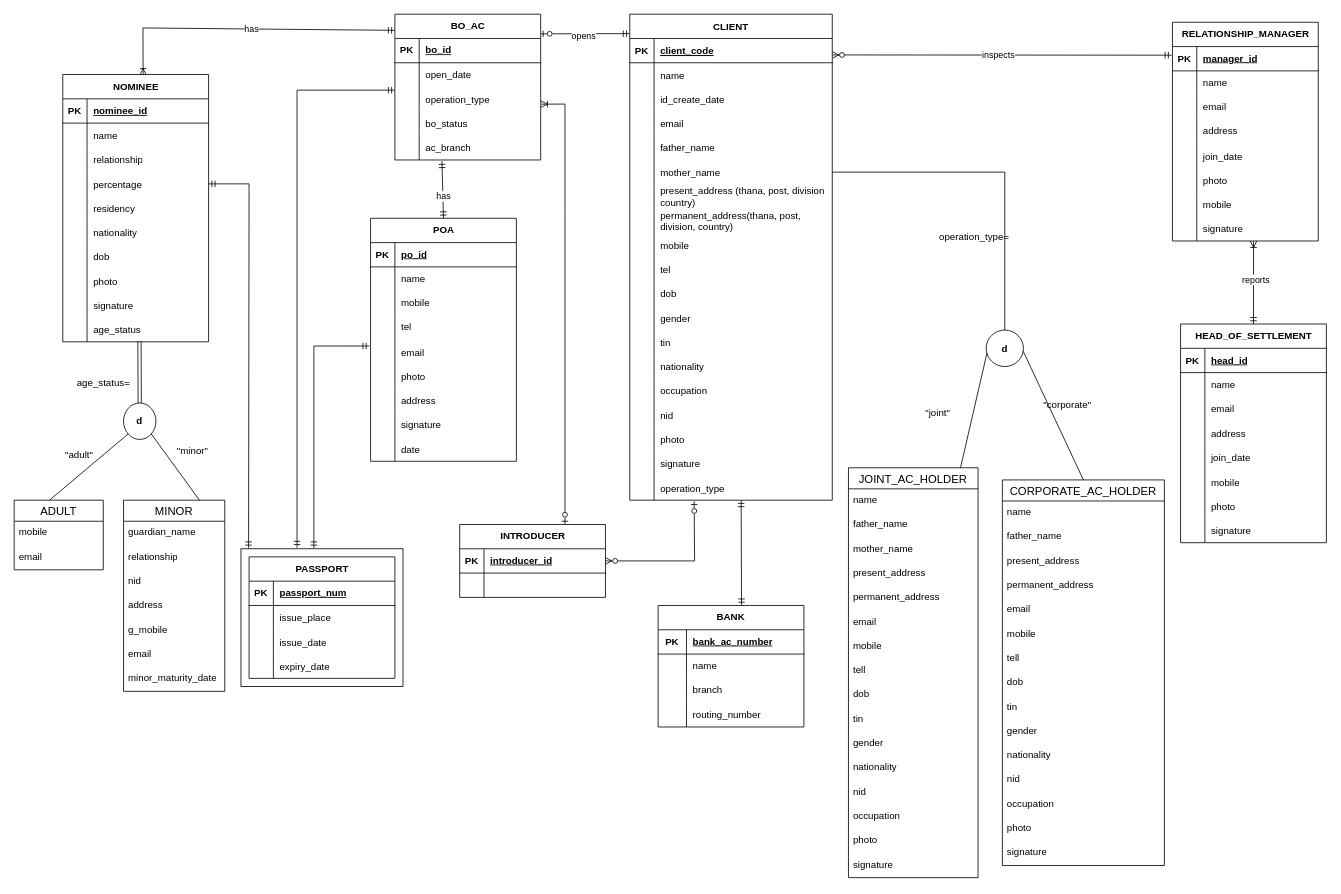
Before: report/ERD.drawio in MohaiminAlif/LankabanglaUniProject, a draw.io diagram. Source tidied: cells renumbered, new cells numbered last; positions are measured from the earlier drawing's top-left corner, leaving out a move shared by most shapes. Both pictures are drawn from the tidied source at 81%, with x=0, y=0 at pixel (14, 14).
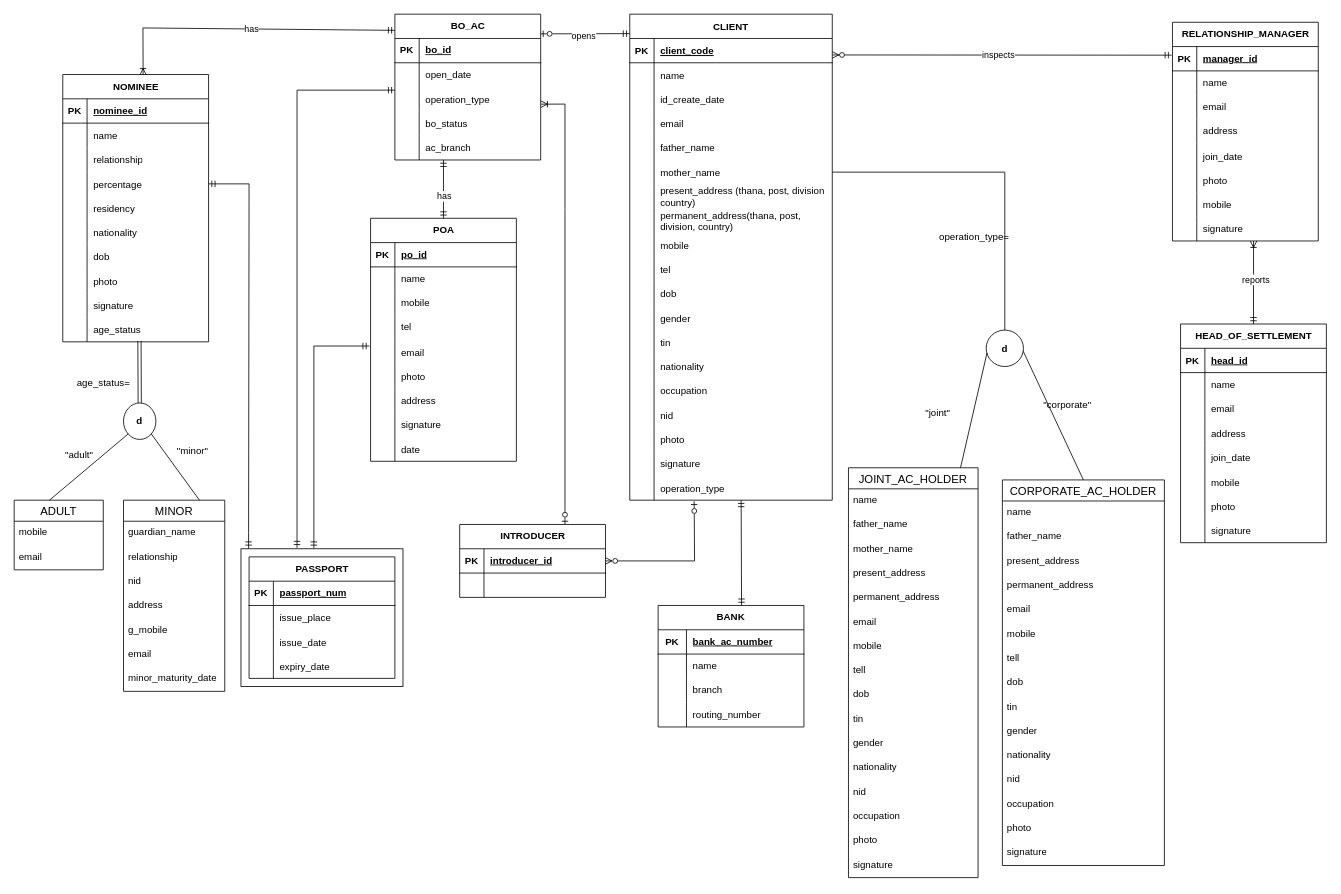
Above is the later version.

The change refers to these unchanged cells:
```xml
<mxCell id="194" style="shape=tableRow;horizontal=0;startSize=0;swimlaneHead=0;swimlaneBody=0;fillColor=none;points=[[0,0.5],[1,0.5]];portConstraint=eastwest;top=0;left=0;right=0;bottom=0;" parent="181" vertex="1">
  <mxGeometry y="150" width="180" height="30" as="geometry" />
</mxCell>
<mxCell id="200" value="POA" style="shape=table;startSize=30;childLayout=tableLayout;rowLines=0;fontStyle=1;align=center;html=1;" parent="1" vertex="1">
  <mxGeometry x="440" y="252" width="180" height="300" as="geometry" />
</mxCell>
```

Change to the diagram source:
```diff
@@
-    <mxCell id="228" style="fontSize=12;html=1;endArrow=ERmandOne;startArrow=ERmandOne;rounded=0;exitX=0.5;exitY=0;exitDx=0;exitDy=0;entryX=0.323;entryY=1.047;entryDx=0;entryDy=0;entryPerimeter=0;" parent="1" edge="1" source="200" target="194">
-      <mxGeometry relative="1" as="geometry" />
+    <mxCell id="228" style="fontSize=12;html=1;endArrow=ERmandOne;startArrow=ERmandOne;rounded=0;exitX=0.5;exitY=0;exitDx=0;exitDy=0;" parent="1" edge="1" source="200">
+      <mxGeometry relative="1" as="geometry">
+        <mxPoint x="530" y="180" as="targetPoint" />
+      </mxGeometry>
     </mxCell>
```
